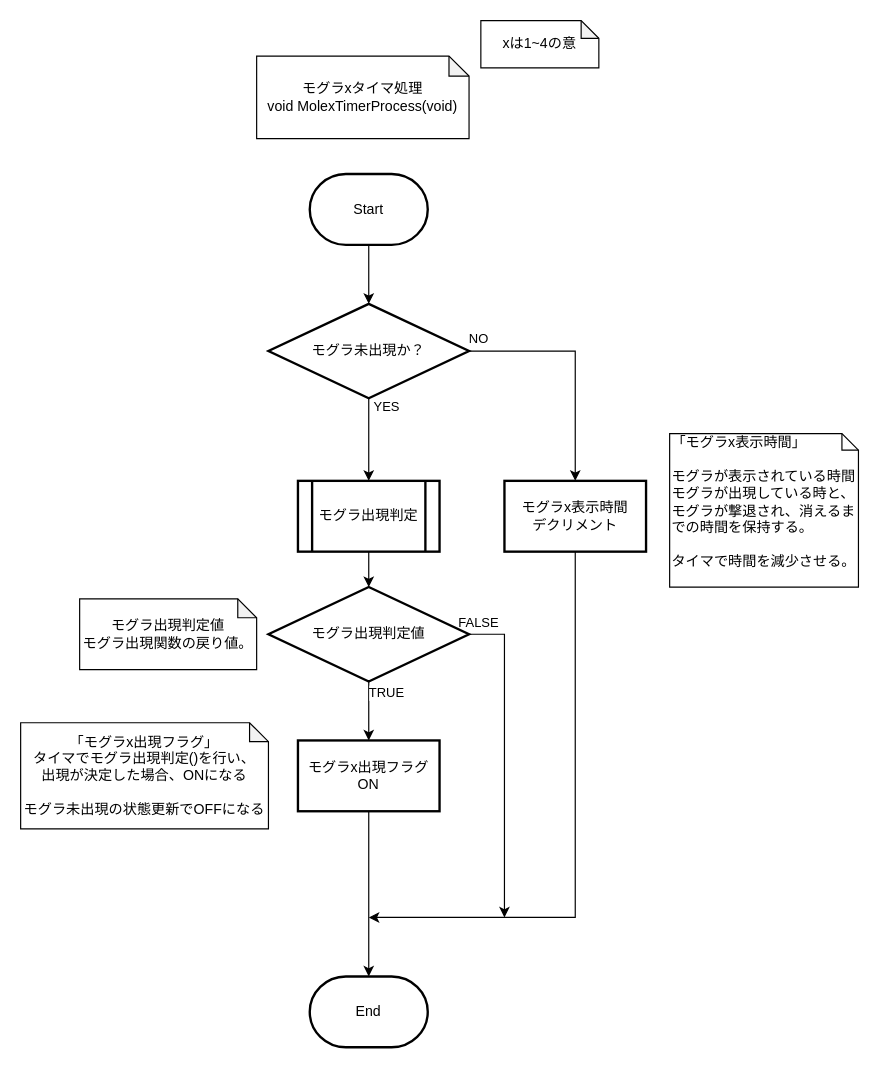
hakohumi/comp.train.whack-a-mole keeps this draw.io diagram as page "モグラxタイマ処理" (4 of 5) of 資料/設計書/フローチャート/モグラ叩き_フローチャート_割り込み.drawio. Above is the earlier version. Source tidied: cells renumbered, new cells numbered last; positions are measured from the earlier drawing's top-left corner, leaving out a move shared by most shapes. Both pictures are drawn from the tidied source at 118%, with x=0, y=0 at pixel (20, 20).
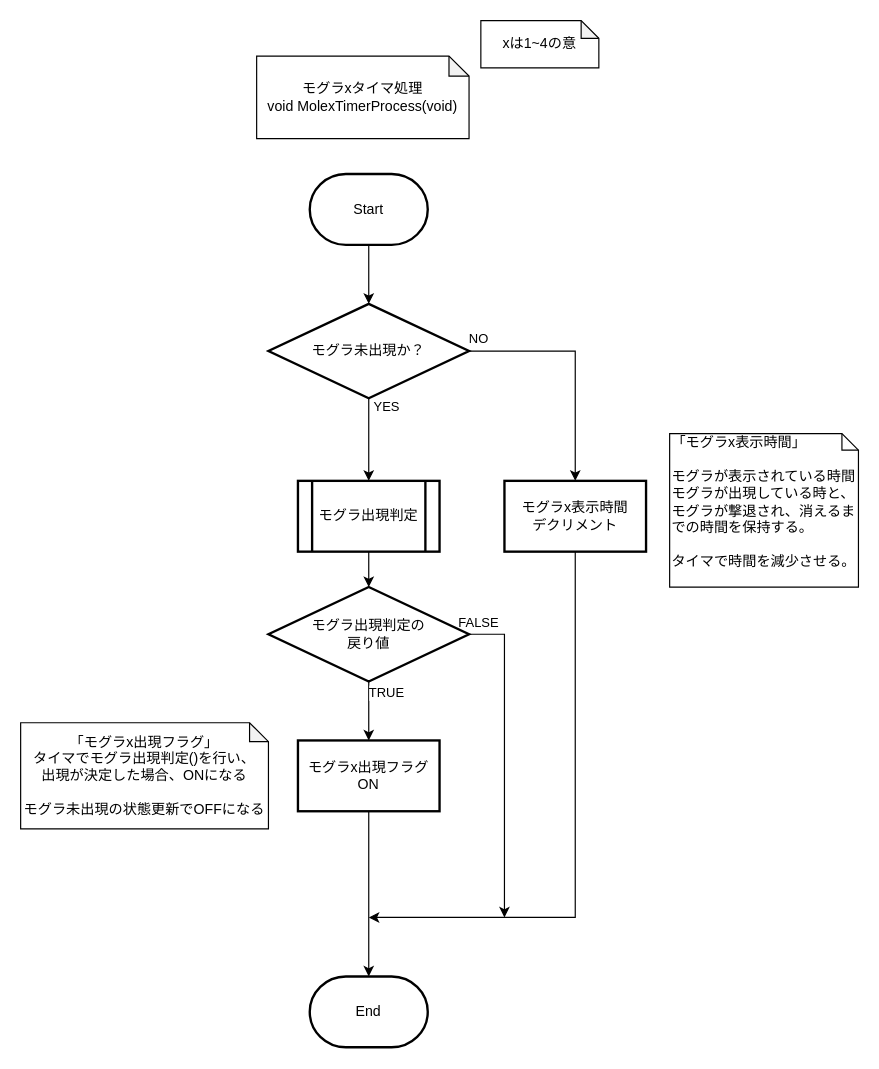
The same page after the edit.

Diff of the diagram source:
```diff
@@
-    <mxCell id="17" value="モグラ出現判定値" style="rhombus;whiteSpace=wrap;html=1;strokeWidth=2;" parent="1" vertex="1">
+    <mxCell id="17" value="モグラ出現判定の&lt;br&gt;戻り値" style="rhombus;whiteSpace=wrap;html=1;strokeWidth=2;" parent="1" vertex="1">
       <mxGeometry x="210" y="480" width="170" height="80" as="geometry" />
     </mxCell>
@@
-    <mxCell id="21" value="モグラ出現判定値&lt;br&gt;モグラ出現関数の戻り値。" style="shape=note;whiteSpace=wrap;html=1;backgroundOutline=1;darkOpacity=0.05;size=16;" parent="1" vertex="1">
-      <mxGeometry x="50" y="490" width="150" height="60" as="geometry" />
-    </mxCell>
```
